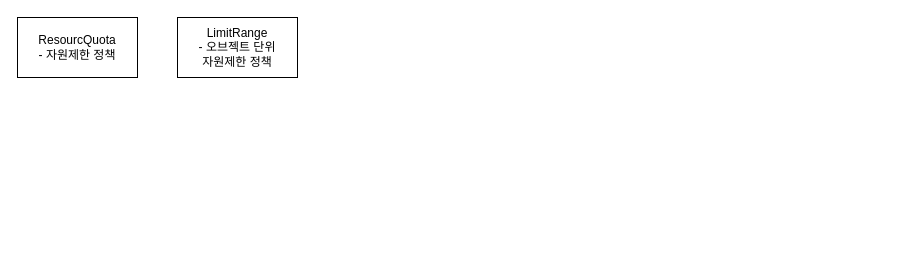
Above: page "policy" (1 of 3) of k8s.drawio in hakchangs/k8s-study (draw.io), before the change. Source tidied: cells renumbered, new cells numbered last; positions are measured from the earlier drawing's top-left corner, leaving out a move shared by most shapes. Both pictures are drawn from the tidied source at 100%, with x=0, y=0 at pixel (17, 17).
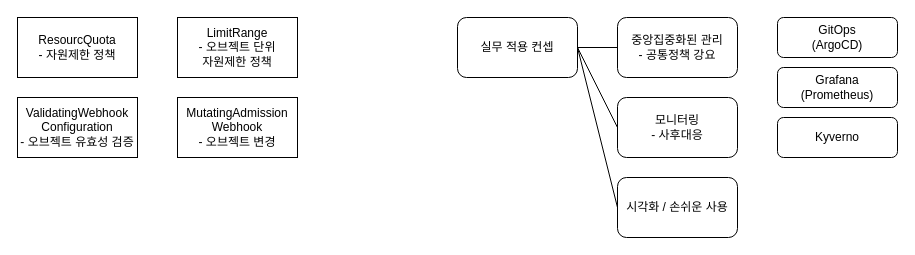
Above is the later version.

Commit message:
정책 실무컨셉 추가

Diff of the diagram source:
```diff
@@
 <mxGraphModel>
   <root>
     <mxCell id="0" />
     <mxCell id="1" parent="0" />
     <mxCell id="2" value="&lt;div&gt;ResourcQuota&lt;/div&gt;&lt;div&gt;- 자원제한 정책&lt;br&gt;&lt;/div&gt;" style="rounded=0;whiteSpace=wrap;html=1;" parent="1" vertex="1">
       <mxGeometry width="120" height="60" as="geometry" />
     </mxCell>
     <mxCell id="3" value="&lt;div&gt;LimitRange&lt;/div&gt;&lt;div&gt;- 오브젝트 단위&lt;br&gt;자원제한 정책&lt;br&gt;&lt;/div&gt;" style="rounded=0;whiteSpace=wrap;html=1;" parent="1" vertex="1">
       <mxGeometry x="160" width="120" height="60" as="geometry" />
     </mxCell>
+    <mxCell id="4" value="&lt;div&gt;ValidatingWebhook&lt;/div&gt;&lt;div&gt;Configuration&lt;/div&gt;&lt;div&gt;- 오브젝트 유효성 검증&lt;br&gt;&lt;/div&gt;" style="rounded=0;whiteSpace=wrap;html=1;" parent="1" vertex="1">
+      <mxGeometry y="80" width="120" height="60" as="geometry" />
+    </mxCell>
+    <mxCell id="5" value="&lt;div&gt;MutatingAdmission&lt;/div&gt;&lt;div&gt;Webhook&lt;br&gt;&lt;/div&gt;&lt;div&gt;- 오브젝트 변경&lt;br&gt;&lt;/div&gt;" style="rounded=0;whiteSpace=wrap;html=1;" parent="1" vertex="1">
+      <mxGeometry x="160" y="80" width="120" height="60" as="geometry" />
+    </mxCell>
+    <mxCell id="6" value="실무 적용 컨셉" style="rounded=1;whiteSpace=wrap;html=1;" parent="1" vertex="1">
+      <mxGeometry x="440" width="120" height="60" as="geometry" />
+    </mxCell>
+    <mxCell id="7" value="&lt;div&gt;중앙집중화된 관리&lt;/div&gt;&lt;div&gt;- 공통정책 강요&lt;br&gt;&lt;/div&gt;" style="rounded=1;whiteSpace=wrap;html=1;" parent="1" vertex="1">
+      <mxGeometry x="600" width="120" height="60" as="geometry" />
+    </mxCell>
+    <mxCell id="8" value="&lt;div&gt;GitOps&lt;/div&gt;&lt;div&gt;(ArgoCD)&lt;/div&gt;" style="rounded=1;whiteSpace=wrap;html=1;" parent="1" vertex="1">
+      <mxGeometry x="760" width="120" height="40" as="geometry" />
+    </mxCell>
+    <mxCell id="9" value="&lt;div&gt;모니터링&lt;/div&gt;&lt;div&gt;- 사후대응&lt;br&gt;&lt;/div&gt;" style="rounded=1;whiteSpace=wrap;html=1;" parent="1" vertex="1">
+      <mxGeometry x="600" y="80" width="120" height="60" as="geometry" />
+    </mxCell>
+    <mxCell id="10" value="&lt;div&gt;Grafana&lt;/div&gt;&lt;div&gt;(Prometheus)&lt;/div&gt;" style="rounded=1;whiteSpace=wrap;html=1;" parent="1" vertex="1">
+      <mxGeometry x="760" y="50" width="120" height="40" as="geometry" />
+    </mxCell>
+    <mxCell id="11" value="시각화 / 손쉬운 사용" style="rounded=1;whiteSpace=wrap;html=1;" parent="1" vertex="1">
+      <mxGeometry x="600" y="160" width="120" height="60" as="geometry" />
+    </mxCell>
+    <mxCell id="12" style="endArrow=none;html=1;rounded=0;exitX=1;exitY=0.5;exitDx=0;exitDy=0;entryX=0;entryY=0.5;entryDx=0;entryDy=0;" parent="1" edge="1" source="6" target="7">
+      <mxGeometry relative="1" as="geometry" />
+    </mxCell>
+    <mxCell id="13" style="endArrow=none;html=1;rounded=0;exitX=1;exitY=0.5;exitDx=0;exitDy=0;entryX=0;entryY=0.5;entryDx=0;entryDy=0;" parent="1" edge="1" source="6" target="9">
+      <mxGeometry relative="1" as="geometry" />
+    </mxCell>
+    <mxCell id="14" style="endArrow=none;html=1;rounded=0;exitX=1;exitY=0.5;exitDx=0;exitDy=0;entryX=0;entryY=0.5;entryDx=0;entryDy=0;" parent="1" edge="1" source="6" target="11">
+      <mxGeometry relative="1" as="geometry" />
+    </mxCell>
+    <mxCell id="15" value="Kyverno" style="rounded=1;whiteSpace=wrap;html=1;" parent="1" vertex="1">
+      <mxGeometry x="760" y="100" width="120" height="40" as="geometry" />
+    </mxCell>
   </root>
 </mxGraphModel>
```
